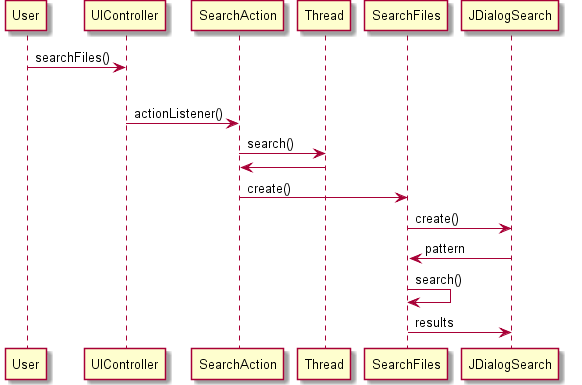
Above: src/csheets/userstories/us078/doc-files/US078_design.png in BeatrizSeabra/Project_Excel_Java (PlantUML), before the change.
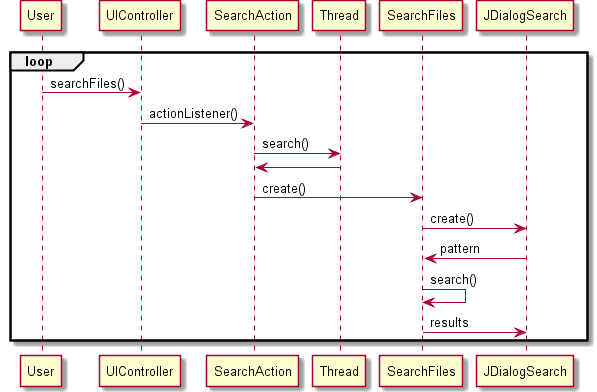
Above is the later version.

Commit message:
Dia 5 Issue no geral: +Explicação da Análise; +Adicionado 2º Design do issue +Referencias importantes do Coding ref#81

Diff of the diagram source:
```diff
@@ -1,6 +1,6 @@
 @startuml doc-files/US078_design.png
+ loop
  User -> UIController: searchFiles()
- loop for SearchAction : sa
  UIController -> SearchAction: actionListener()
  SearchAction -> Thread : search()
  SearchAction <- Thread
@@ -9,4 +9,5 @@
  SearchFiles <- JDialogSearch: pattern
  SearchFiles -> SearchFiles : search()
  SearchFiles -> JDialogSearch: results
+ end
 @enduml
```
